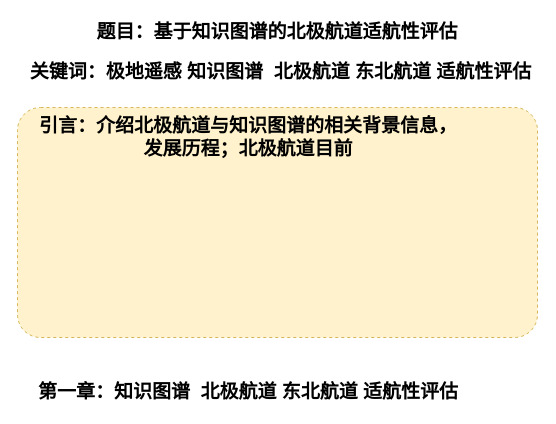
Earlier version of the draw.io diagram 论文框架.drawio (huxinkan517/DRAW.IO). Source tidied: cells renumbered, new cells numbered last; positions are measured from the earlier drawing's top-left corner, leaving out a move shared by most shapes. Both pictures are drawn from the tidied source at 100%, with x=0, y=0 at pixel (17, 17).
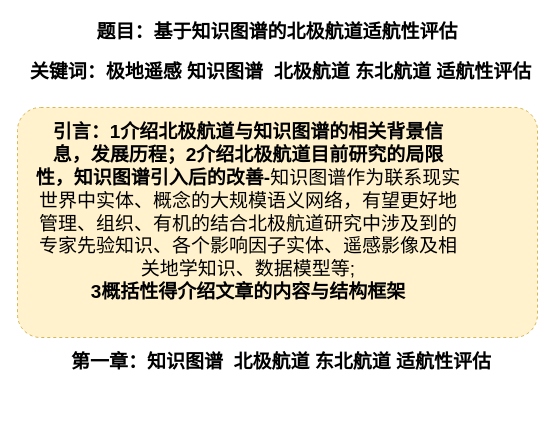
After the change.

Commit message:
更新论文框架.drawio

What changed in the source:
```diff
@@
 <mxGraphModel>
   <root>
     <mxCell id="0" />
     <mxCell id="1" parent="0" />
     <mxCell id="2" style="rounded=1;whiteSpace=wrap;html=1;dashed=1;fillColor=#fff2cc;strokeColor=#d6b656;arcSize=10;" parent="1" vertex="1">
       <mxGeometry y="90" width="520" height="230" as="geometry" />
     </mxCell>
     <mxCell id="3" value="&lt;b style=&quot;font-size: 19px;&quot;&gt;题目：基于知识图谱的北极航道适航性评估&lt;/b&gt;" style="text;html=1;strokeColor=none;fillColor=none;align=center;verticalAlign=middle;whiteSpace=wrap;rounded=0;fontSize=19;" parent="1" vertex="1">
       <mxGeometry x="45" width="430" height="30" as="geometry" />
     </mxCell>
     <mxCell id="4" value="&lt;b style=&quot;font-size: 19px;&quot;&gt;关键词：极地遥感 知识图谱&amp;nbsp; 北极航道 东北航道 适航性评估&lt;/b&gt;" style="text;html=1;strokeColor=none;fillColor=none;align=center;verticalAlign=middle;whiteSpace=wrap;rounded=0;fontSize=19;" parent="1" vertex="1">
       <mxGeometry x="6" y="40" width="515" height="30" as="geometry" />
     </mxCell>
     <mxCell id="5" value="&lt;b style=&quot;font-size: 19px;&quot;&gt;第一章：知识图谱&amp;nbsp; 北极航道 东北航道 适航性评估&lt;/b&gt;" style="text;html=1;strokeColor=none;fillColor=none;align=center;verticalAlign=middle;whiteSpace=wrap;rounded=0;fontSize=19;" parent="1" vertex="1">
-      <mxGeometry x="16" y="360" width="430" height="30" as="geometry" />
+      <mxGeometry x="48.5" y="330" width="430" height="30" as="geometry" />
     </mxCell>
-    <mxCell id="6" value="&lt;b style=&quot;font-size: 19px;&quot;&gt;引言：介绍北极航道与知识图谱的相关背景信息，发展历程；北极航道目前&lt;/b&gt;" style="text;html=1;strokeColor=none;fillColor=none;align=center;verticalAlign=middle;whiteSpace=wrap;rounded=0;fontSize=19;" parent="1" vertex="1">
-      <mxGeometry x="16" y="100" width="430" height="40" as="geometry" />
+    <mxCell id="6" value="&lt;b style=&quot;font-size: 19px;&quot;&gt;引言：1介绍北极航道与知识图谱的相关背景信息，发展历程；2介绍北极航道目前研究的局限性，知识图谱引入后的改善-&lt;/b&gt;知识图谱作为联系现实世界中实体、概念的大规模语义网络，有望更好地管理、组织、有机的结合北极航道研究中涉及到的专家先验知识、各个影响因子实体、遥感影像及相关地学知识、数据模型等;&lt;br&gt;&lt;b&gt;3概括性得介绍文章的内容与结构框架&lt;/b&gt;" style="text;html=1;strokeColor=none;fillColor=none;align=center;verticalAlign=middle;whiteSpace=wrap;rounded=0;fontSize=19;" parent="1" vertex="1">
+      <mxGeometry x="16" y="100" width="430" height="190" as="geometry" />
     </mxCell>
   </root>
 </mxGraphModel>
```
